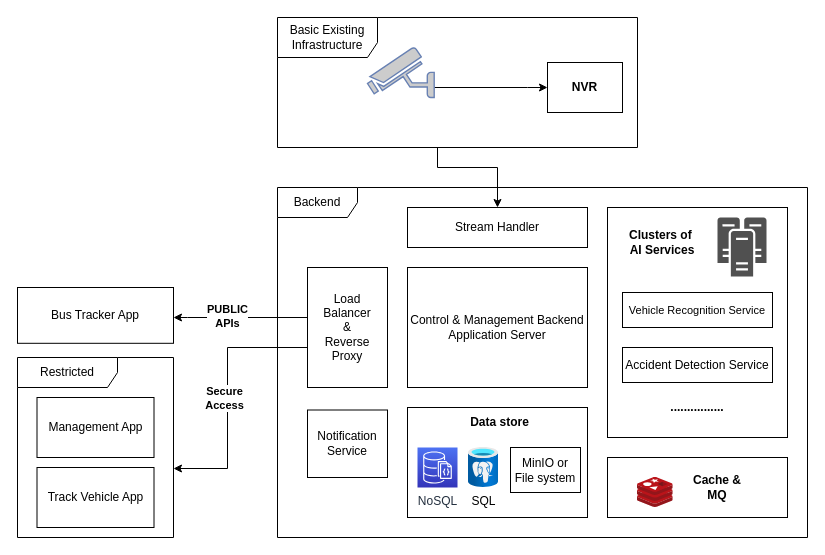
Project-Dragon-Fly/Dragon-Fly-Slides keeps this draw.io diagram as page "HighLevel Architecture" (1 of 2) of diagrams/architecture.drawio. Above is the earlier version. Source tidied: cells renumbered, new cells numbered last; positions are measured from the earlier drawing's top-left corner, leaving out a move shared by most shapes. Both pictures are drawn from the tidied source at 100%, with x=0, y=0 at pixel (17, 17).
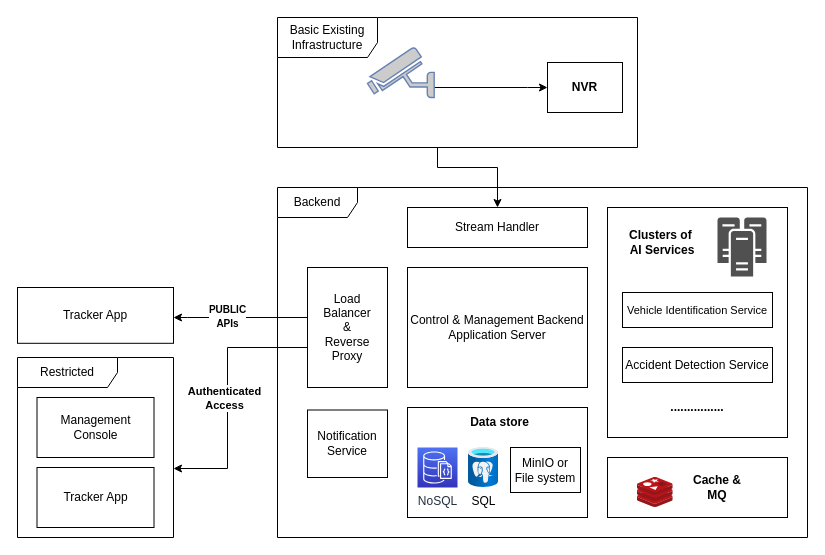
After the change.

Commit message:
Updated high level architechture

Unchanged cells that the change refers to:
```xml
<mxCell id="12" style="group;" parent="1" vertex="1">
  <mxGeometry x="590" y="190" width="180" height="230" as="geometry" />
</mxCell>
<mxCell id="19" style="edgeStyle=orthogonalEdgeStyle;rounded=0;jettySize=auto;html=1;" parent="1" edge="1" source="23" target="25">
  <mxGeometry relative="1" as="geometry">
    <Array as="points">
      <mxPoint x="170" y="300" />
      <mxPoint x="170" y="300" />
    </Array>
  </mxGeometry>
</mxCell>
<mxCell id="21" style="edgeStyle=orthogonalEdgeStyle;rounded=0;jettySize=auto;html=1;" parent="1" edge="1" source="23" target="27">
  <mxGeometry relative="1" as="geometry">
    <Array as="points">
      <mxPoint x="210" y="330" />
      <mxPoint x="210" y="451" />
    </Array>
  </mxGeometry>
</mxCell>
<mxCell id="26" style="group;" parent="1" vertex="1">
  <mxGeometry y="340" width="156" height="180" as="geometry" />
</mxCell>
```

The edit, as a diff of the source:
```diff
@@
-    <mxCell id="16" value="&lt;font style=&quot;font-size: 11px&quot;&gt;Vehicle Recognition Service&lt;/font&gt;" style="rounded=0;whiteSpace=wrap;html=1;" parent="12" vertex="1">
+    <mxCell id="16" value="&lt;font style=&quot;font-size: 11px&quot;&gt;Vehicle Identification Service&lt;/font&gt;" style="rounded=0;whiteSpace=wrap;html=1;" parent="12" vertex="1">
       <mxGeometry x="15" y="85" width="150" height="35" as="geometry" />
     </mxCell>
@@
-    <mxCell id="20" value="&lt;b&gt;PUBLIC&lt;br&gt;APIs&lt;/b&gt;" style="edgeLabel;html=1;align=center;verticalAlign=middle;" parent="19" vertex="1">
+    <mxCell id="20" value="&lt;b&gt;&lt;span style=&quot;font-size: 10px&quot;&gt;PUBLIC&lt;/span&gt;&lt;br&gt;&lt;span style=&quot;font-size: 10px&quot;&gt;APIs&lt;/span&gt;&lt;br&gt;&lt;/b&gt;" style="edgeLabel;html=1;align=center;verticalAlign=middle;" parent="19" vertex="1">
       <mxGeometry x="0.28" y="-2" relative="1" as="geometry">
         <mxPoint x="5" as="offset" />
       </mxGeometry>
     </mxCell>
@@
-    <mxCell id="22" value="&lt;b&gt;Secure &lt;br&gt;Access&lt;/b&gt;" style="edgeLabel;html=1;align=center;verticalAlign=middle;" parent="21" vertex="1">
+    <mxCell id="22" value="&lt;b&gt;Authenticated&lt;br&gt;Access&lt;/b&gt;" style="edgeLabel;html=1;align=center;verticalAlign=middle;" parent="21" vertex="1">
       <mxGeometry x="0.02" y="-4" relative="1" as="geometry" />
     </mxCell>
@@
-    <mxCell id="25" value="Bus Tracker App" style="rounded=0;whiteSpace=wrap;html=1;" parent="1" vertex="1">
+    <mxCell id="25" value="Tracker App" style="rounded=0;whiteSpace=wrap;html=1;" parent="1" vertex="1">
       <mxGeometry y="270" width="156" height="55.8" as="geometry" />
     </mxCell>
@@
-    <mxCell id="28" value="Management App" style="rounded=0;whiteSpace=wrap;html=1;" parent="26" vertex="1">
+    <mxCell id="28" value="Management Console" style="rounded=0;whiteSpace=wrap;html=1;" parent="26" vertex="1">
       <mxGeometry x="19.5" y="40" width="117" height="60" as="geometry" />
     </mxCell>
-    <mxCell id="29" value="Track Vehicle App" style="rounded=0;whiteSpace=wrap;html=1;" parent="26" vertex="1">
+    <mxCell id="29" value="Tracker App" style="rounded=0;whiteSpace=wrap;html=1;" parent="26" vertex="1">
       <mxGeometry x="19.5" y="110" width="117" height="60" as="geometry" />
     </mxCell>
```
